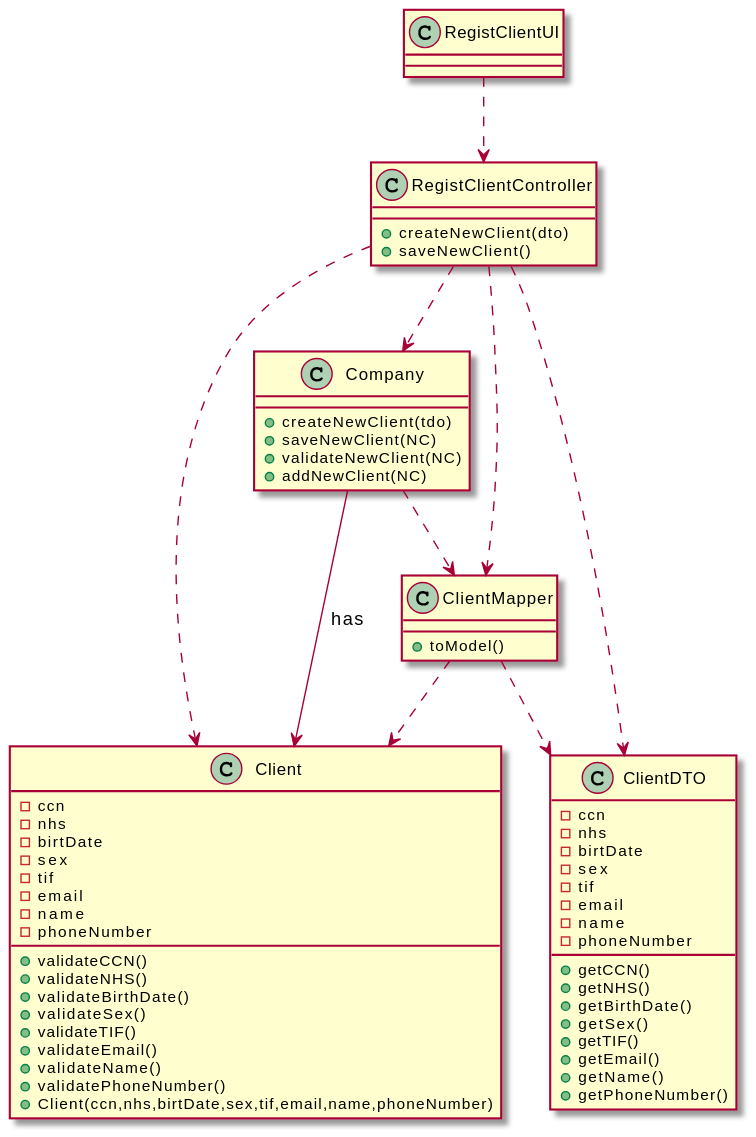
Earlier version of the PlantUML export docs/SprintB/US3_RegisterClient/US003_CD.svg (Pedromaia26/LAPR2-ISEP).
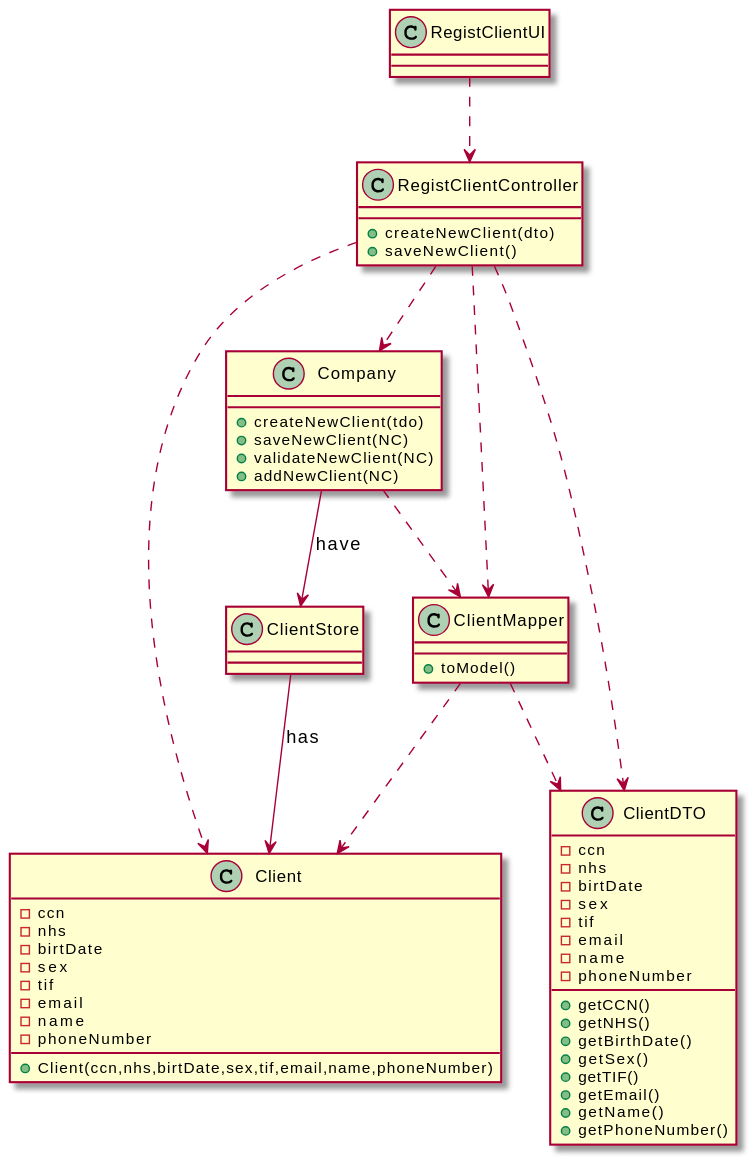
Later version of the same file.

The edit, as a diff of the source:
```diff
@@ -8,7 +8,9 @@
 RegistClientController : +createNewClient(dto)
 RegistClientController : +saveNewClient()
 
-Company --> Client: has
+Company --> ClientStore: have
+
+ClientStore --> Client: has
 
 Company ..> ClientMapper
 
@@ -41,14 +43,6 @@
 ClientDTO : -name
 ClientDTO : -phoneNumber
 
-Client : +validateCCN()
-Client : +validateNHS()
-Client : +validateBirthDate()
-Client : +validateSex()
-Client : +validateTIF()
-Client : +validateEmail()
-Client : +validateName()
-Client : +validatePhoneNumber()
 
 Client : +Client(ccn,nhs,birtDate,sex,tif,email,name,phoneNumber)
 Client : -ccn
```
